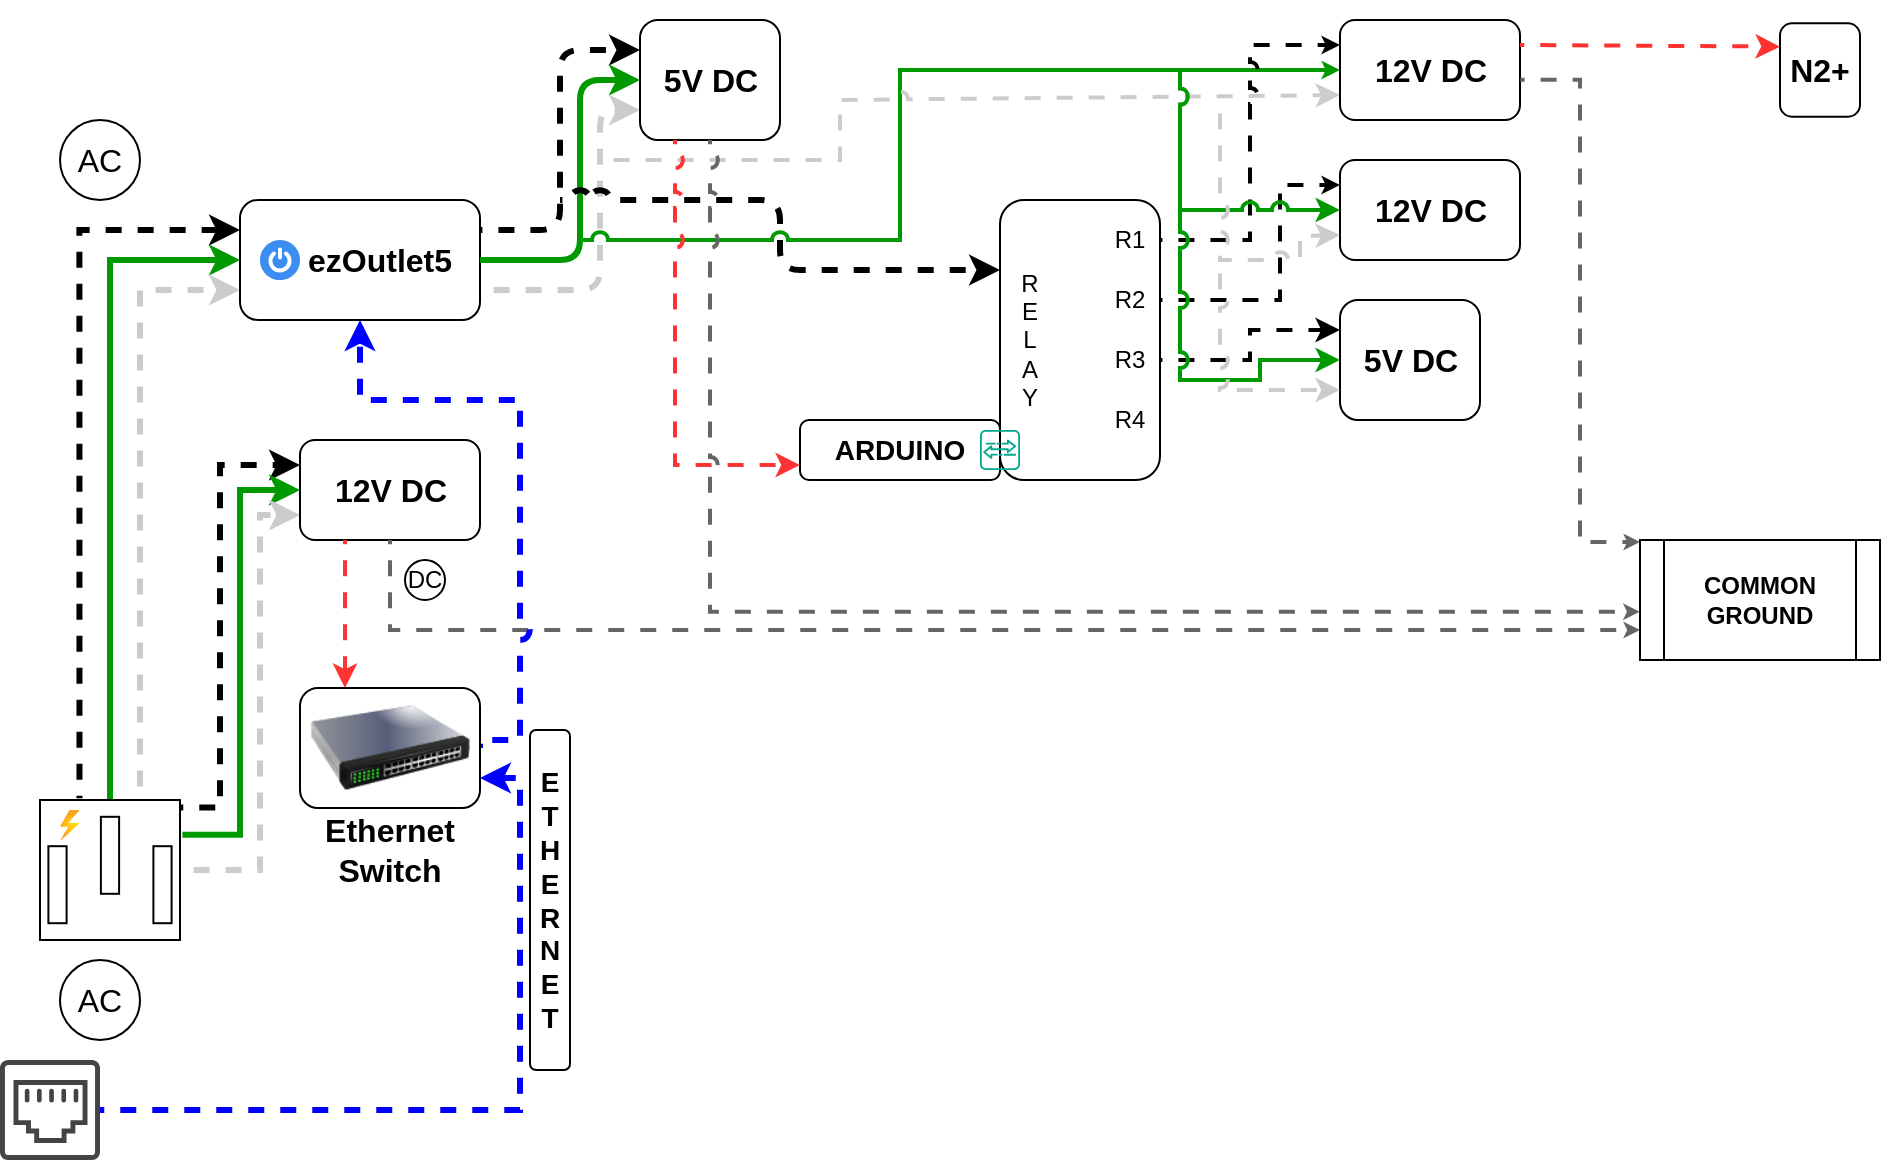
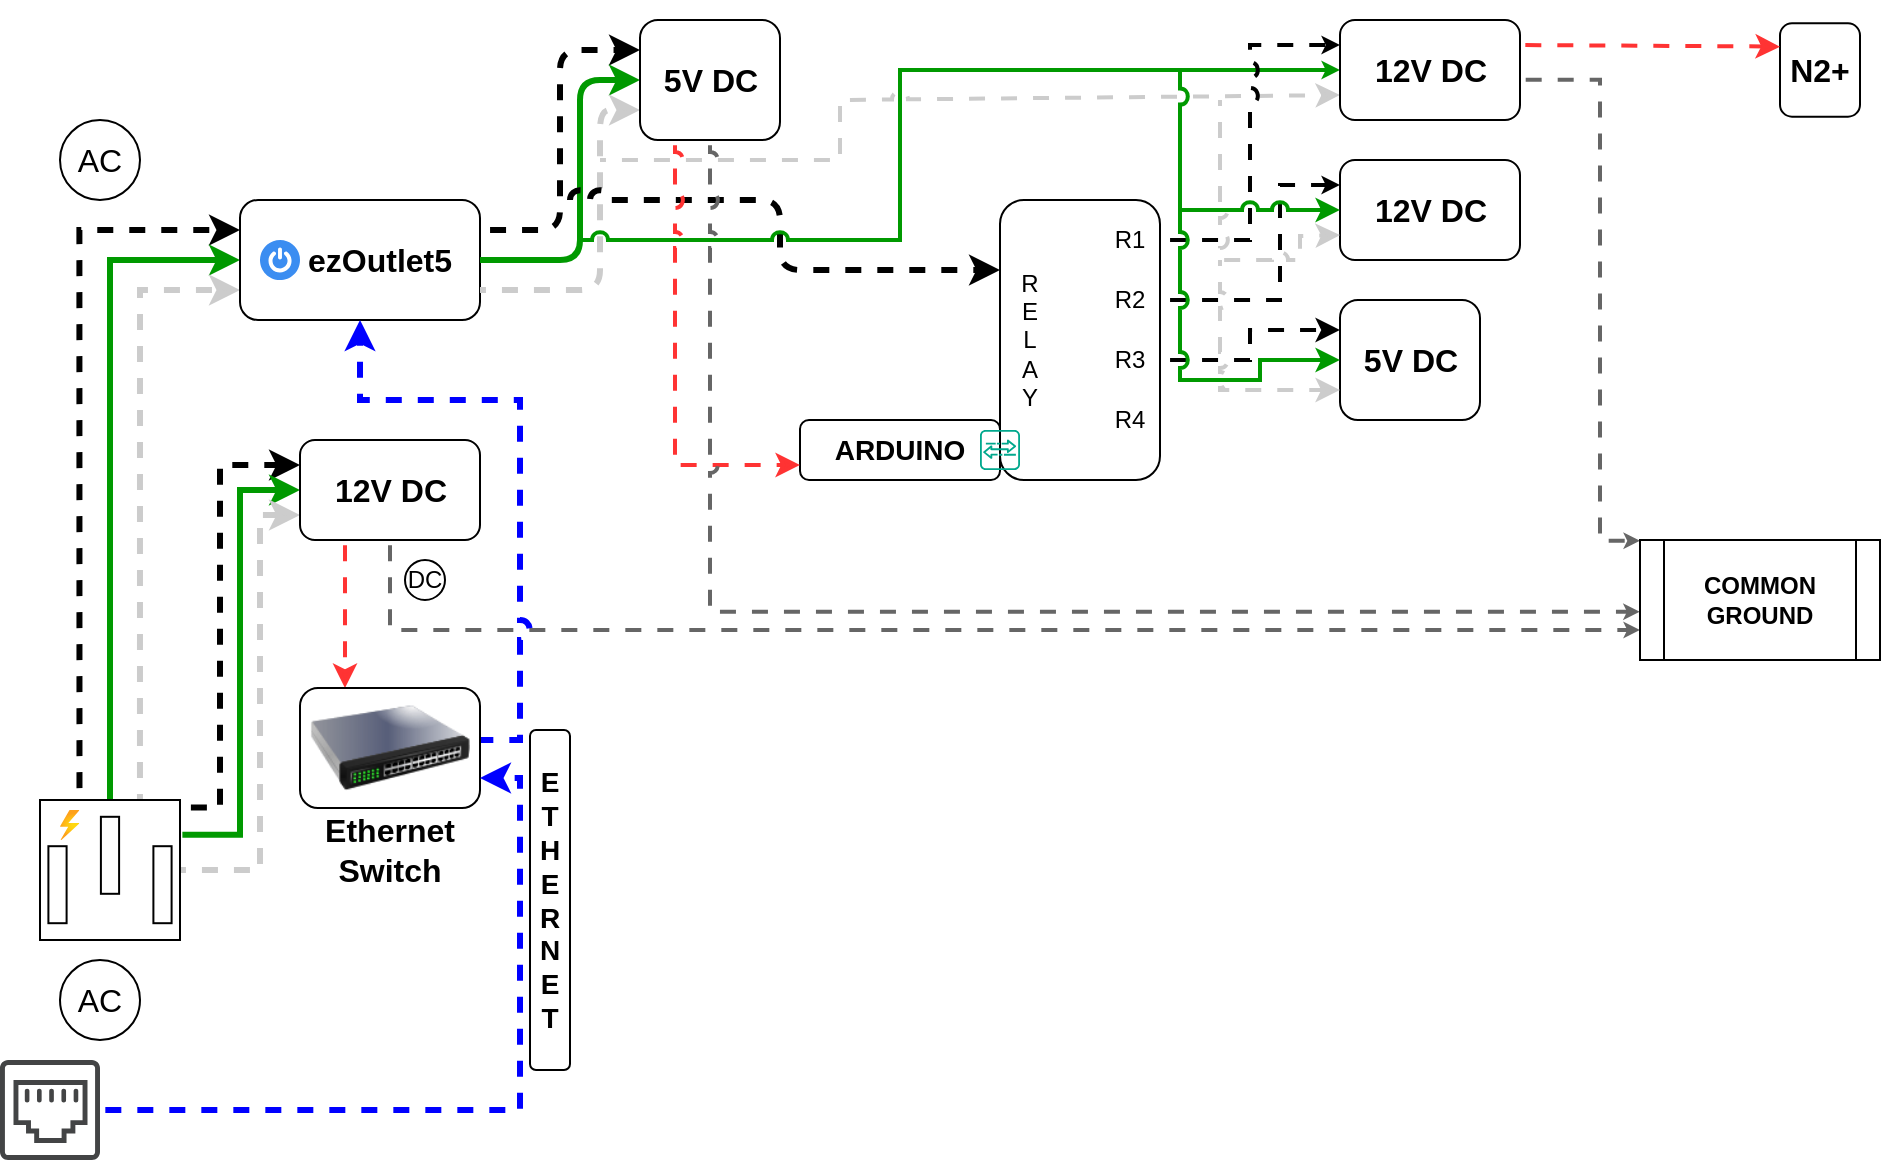
<mxfile host="app.diagrams.net" agent="Mozilla/5.0 (Windows NT 10.0; Win64; x64) AppleWebKit/537.36 (KHTML, like Gecko) Chrome/131.0.0.0 Safari/537.36 Edg/131.0.0.0" version="25.0.3">
  <diagram name="Page-1" id="VlRkN-xOVygPYa-iD9Ir">
    <mxGraphModel dx="1400" dy="877" grid="1" gridSize="10" guides="1" tooltips="1" connect="1" arrows="1" fold="1" page="1" pageScale="1" pageWidth="1600" pageHeight="900" background="none" math="0" shadow="0">
      <root>
        <mxCell id="0" />
        <mxCell id="1" parent="0" />
        <mxCell id="JVLtuT8sySUBbFbLTn6r-3" style="edgeStyle=orthogonalEdgeStyle;rounded=0;orthogonalLoop=1;jettySize=auto;html=1;entryX=0;entryY=0.25;entryDx=0;entryDy=0;exitX=0.282;exitY=-0.013;exitDx=0;exitDy=0;exitPerimeter=0;strokeWidth=3;flowAnimation=1;flowAnimationDirection=alternate;flowAnimationTimingFunction=ease-in-out;flowAnimationDuration=1500;jumpStyle=arc;" parent="1" source="pD8juBFKP1GN8B8eYQTb-1" target="pD8juBFKP1GN8B8eYQTb-3" edge="1">
          <mxGeometry relative="1" as="geometry" />
        </mxCell>
        <mxCell id="JVLtuT8sySUBbFbLTn6r-4" style="edgeStyle=orthogonalEdgeStyle;rounded=0;orthogonalLoop=1;jettySize=auto;html=1;exitX=0.5;exitY=0;exitDx=0;exitDy=0;exitPerimeter=0;entryX=0;entryY=0.5;entryDx=0;entryDy=0;strokeColor=#009900;strokeWidth=3;jumpStyle=arc;" parent="1" source="pD8juBFKP1GN8B8eYQTb-1" target="pD8juBFKP1GN8B8eYQTb-3" edge="1">
          <mxGeometry relative="1" as="geometry" />
        </mxCell>
        <mxCell id="JVLtuT8sySUBbFbLTn6r-5" style="edgeStyle=orthogonalEdgeStyle;rounded=0;orthogonalLoop=1;jettySize=auto;html=1;entryX=0;entryY=0.75;entryDx=0;entryDy=0;exitX=0.714;exitY=0;exitDx=0;exitDy=0;exitPerimeter=0;strokeWidth=3;strokeColor=#CCCCCC;flowAnimation=1;flowAnimationDirection=alternate-reverse;flowAnimationTimingFunction=ease-in-out;flowAnimationDuration=1500;jumpStyle=arc;" parent="1" source="pD8juBFKP1GN8B8eYQTb-1" target="pD8juBFKP1GN8B8eYQTb-3" edge="1">
          <mxGeometry relative="1" as="geometry">
            <mxPoint x="120" y="320" as="targetPoint" />
          </mxGeometry>
        </mxCell>
        <mxCell id="JVLtuT8sySUBbFbLTn6r-6" style="edgeStyle=orthogonalEdgeStyle;rounded=0;orthogonalLoop=1;jettySize=auto;html=1;entryX=0;entryY=0.25;entryDx=0;entryDy=0;exitX=1.006;exitY=0.054;exitDx=0;exitDy=0;exitPerimeter=0;strokeWidth=3;flowAnimation=1;flowAnimationDirection=alternate;flowAnimationTimingFunction=ease-in-out;flowAnimationDuration=1500;jumpStyle=arc;" parent="1" source="pD8juBFKP1GN8B8eYQTb-1" target="pD8juBFKP1GN8B8eYQTb-24" edge="1">
          <mxGeometry relative="1" as="geometry">
            <Array as="points">
              <mxPoint x="120" y="404" />
              <mxPoint x="120" y="233" />
            </Array>
          </mxGeometry>
        </mxCell>
        <mxCell id="JVLtuT8sySUBbFbLTn6r-7" style="edgeStyle=orthogonalEdgeStyle;rounded=0;orthogonalLoop=1;jettySize=auto;html=1;entryX=0;entryY=0.5;entryDx=0;entryDy=0;exitX=1.017;exitY=0.249;exitDx=0;exitDy=0;exitPerimeter=0;strokeWidth=3;strokeColor=#009900;jumpStyle=arc;" parent="1" source="pD8juBFKP1GN8B8eYQTb-1" target="pD8juBFKP1GN8B8eYQTb-24" edge="1">
          <mxGeometry relative="1" as="geometry" />
        </mxCell>
        <mxCell id="JVLtuT8sySUBbFbLTn6r-8" style="edgeStyle=orthogonalEdgeStyle;rounded=0;orthogonalLoop=1;jettySize=auto;html=1;entryX=0;entryY=0.75;entryDx=0;entryDy=0;strokeColor=#CCCCCC;strokeWidth=3;flowAnimation=1;flowAnimationDirection=alternate-reverse;flowAnimationTimingFunction=ease-in-out;flowAnimationDuration=1500;jumpStyle=arc;" parent="1" source="pD8juBFKP1GN8B8eYQTb-1" target="pD8juBFKP1GN8B8eYQTb-24" edge="1">
          <mxGeometry relative="1" as="geometry">
            <Array as="points">
              <mxPoint x="140" y="435" />
              <mxPoint x="140" y="258" />
            </Array>
          </mxGeometry>
        </mxCell>
        <mxCell id="JVLtuT8sySUBbFbLTn6r-1" value="" style="group" parent="1" vertex="1" connectable="0">
          <mxGeometry x="30" y="480" width="60" height="40" as="geometry" />
        </mxCell>
        <mxCell id="pD8juBFKP1GN8B8eYQTb-22" value="AC" style="text;html=1;align=center;verticalAlign=middle;whiteSpace=wrap;rounded=0;fontSize=16;" parent="JVLtuT8sySUBbFbLTn6r-1" vertex="1">
          <mxGeometry y="5" width="60" height="30" as="geometry" />
        </mxCell>
        <mxCell id="pD8juBFKP1GN8B8eYQTb-23" value="" style="ellipse;whiteSpace=wrap;html=1;fillColor=none;" parent="JVLtuT8sySUBbFbLTn6r-1" vertex="1">
          <mxGeometry x="10" width="40" height="40" as="geometry" />
        </mxCell>
        <mxCell id="JVLtuT8sySUBbFbLTn6r-2" value="" style="group" parent="1" vertex="1" connectable="0">
          <mxGeometry x="30" y="60" width="60" height="40" as="geometry" />
        </mxCell>
        <mxCell id="pD8juBFKP1GN8B8eYQTb-9" value="" style="ellipse;whiteSpace=wrap;html=1;fillColor=none;" parent="JVLtuT8sySUBbFbLTn6r-2" vertex="1">
          <mxGeometry x="10" width="40" height="40" as="geometry" />
        </mxCell>
        <mxCell id="pD8juBFKP1GN8B8eYQTb-11" value="AC" style="text;html=1;align=center;verticalAlign=middle;whiteSpace=wrap;rounded=0;fontSize=16;" parent="JVLtuT8sySUBbFbLTn6r-2" vertex="1">
          <mxGeometry y="5" width="60" height="30" as="geometry" />
        </mxCell>
        <mxCell id="JVLtuT8sySUBbFbLTn6r-9" value="" style="group" parent="1" vertex="1" connectable="0">
          <mxGeometry x="130" y="100" width="120" height="60" as="geometry" />
        </mxCell>
        <mxCell id="JVLtuT8sySUBbFbLTn6r-16" value="" style="group" parent="JVLtuT8sySUBbFbLTn6r-9" vertex="1" connectable="0">
          <mxGeometry width="120" height="60" as="geometry" />
        </mxCell>
        <mxCell id="pD8juBFKP1GN8B8eYQTb-3" value="" style="rounded=1;whiteSpace=wrap;html=1;" parent="JVLtuT8sySUBbFbLTn6r-16" vertex="1">
          <mxGeometry width="120" height="60" as="geometry" />
        </mxCell>
        <mxCell id="JVLtuT8sySUBbFbLTn6r-13" value="" style="sketch=0;html=1;aspect=fixed;strokeColor=none;shadow=0;fillColor=#3B8DF1;verticalAlign=top;labelPosition=center;verticalLabelPosition=bottom;shape=mxgraph.gcp2.a7_power" parent="JVLtuT8sySUBbFbLTn6r-16" vertex="1">
          <mxGeometry x="10" y="20" width="20" height="20" as="geometry" />
        </mxCell>
        <mxCell id="pD8juBFKP1GN8B8eYQTb-15" value="&lt;b&gt;ezOutlet5&lt;/b&gt;" style="text;html=1;align=center;verticalAlign=middle;whiteSpace=wrap;rounded=0;fontSize=16;" parent="JVLtuT8sySUBbFbLTn6r-16" vertex="1">
          <mxGeometry x="40" y="10" width="60" height="40" as="geometry" />
        </mxCell>
        <mxCell id="JVLtuT8sySUBbFbLTn6r-11" value="" style="group" parent="1" vertex="1" connectable="0">
          <mxGeometry x="160" y="220" width="90" height="50" as="geometry" />
        </mxCell>
        <mxCell id="JVLtuT8sySUBbFbLTn6r-72" value="" style="group" parent="JVLtuT8sySUBbFbLTn6r-11" vertex="1" connectable="0">
          <mxGeometry width="90" height="50" as="geometry" />
        </mxCell>
        <mxCell id="pD8juBFKP1GN8B8eYQTb-24" value="" style="rounded=1;whiteSpace=wrap;html=1;" parent="JVLtuT8sySUBbFbLTn6r-72" vertex="1">
          <mxGeometry width="90" height="50" as="geometry" />
        </mxCell>
        <mxCell id="JVLtuT8sySUBbFbLTn6r-10" value="&lt;font style=&quot;font-size: 16px;&quot;&gt;&lt;b&gt;12V DC&lt;/b&gt;&lt;/font&gt;" style="text;html=1;align=center;verticalAlign=middle;whiteSpace=wrap;rounded=0;" parent="JVLtuT8sySUBbFbLTn6r-72" vertex="1">
          <mxGeometry x="15.75" y="10" width="58.5" height="30" as="geometry" />
        </mxCell>
        <mxCell id="JVLtuT8sySUBbFbLTn6r-18" value="" style="group" parent="1" vertex="1" connectable="0">
          <mxGeometry x="30" y="400" width="70" height="70" as="geometry" />
        </mxCell>
        <mxCell id="pD8juBFKP1GN8B8eYQTb-1" value="" style="pointerEvents=1;verticalLabelPosition=bottom;shadow=0;dashed=0;align=center;html=1;verticalAlign=top;shape=mxgraph.electrical.miscellaneous.ac_out" parent="JVLtuT8sySUBbFbLTn6r-18" vertex="1">
          <mxGeometry width="70" height="70" as="geometry" />
        </mxCell>
        <mxCell id="JVLtuT8sySUBbFbLTn6r-12" value="" style="image;aspect=fixed;html=1;points=[];align=center;fontSize=12;image=img/lib/azure2/general/Power.svg;" parent="JVLtuT8sySUBbFbLTn6r-18" vertex="1">
          <mxGeometry x="10" y="5" width="9.72" height="15" as="geometry" />
        </mxCell>
        <mxCell id="JVLtuT8sySUBbFbLTn6r-23" style="edgeStyle=orthogonalEdgeStyle;rounded=0;orthogonalLoop=1;jettySize=auto;html=1;entryX=0.25;entryY=0;entryDx=0;entryDy=0;exitX=0.25;exitY=1;exitDx=0;exitDy=0;strokeColor=#FF3333;strokeWidth=2;flowAnimation=1;jumpStyle=arc;" parent="1" source="pD8juBFKP1GN8B8eYQTb-24" target="JVLtuT8sySUBbFbLTn6r-19" edge="1">
          <mxGeometry relative="1" as="geometry" />
        </mxCell>
        <mxCell id="JVLtuT8sySUBbFbLTn6r-28" value="" style="group" parent="1" vertex="1" connectable="0">
          <mxGeometry x="210" y="280" width="25" height="20" as="geometry" />
        </mxCell>
        <mxCell id="JVLtuT8sySUBbFbLTn6r-26" value="" style="ellipse;whiteSpace=wrap;html=1;aspect=fixed;" parent="JVLtuT8sySUBbFbLTn6r-28" vertex="1">
          <mxGeometry x="2.5" width="20" height="20" as="geometry" />
        </mxCell>
        <mxCell id="JVLtuT8sySUBbFbLTn6r-27" value="&lt;font&gt;DC&lt;/font&gt;" style="text;html=1;align=center;verticalAlign=middle;whiteSpace=wrap;rounded=0;" parent="JVLtuT8sySUBbFbLTn6r-28" vertex="1">
          <mxGeometry y="2.5" width="25" height="15" as="geometry" />
        </mxCell>
        <mxCell id="JVLtuT8sySUBbFbLTn6r-29" style="edgeStyle=orthogonalEdgeStyle;rounded=0;orthogonalLoop=1;jettySize=auto;html=1;exitX=0.5;exitY=1;exitDx=0;exitDy=0;strokeWidth=2;flowAnimation=1;strokeColor=#666666;jumpStyle=arc;entryX=0;entryY=0.75;entryDx=0;entryDy=0;endSize=2;" parent="1" source="pD8juBFKP1GN8B8eYQTb-24" target="0aRQkGjj-KWWZOeJOGup-9" edge="1">
          <mxGeometry relative="1" as="geometry">
            <mxPoint x="810" y="370" as="targetPoint" />
          </mxGeometry>
        </mxCell>
        <mxCell id="JVLtuT8sySUBbFbLTn6r-30" style="edgeStyle=orthogonalEdgeStyle;rounded=0;orthogonalLoop=1;jettySize=auto;html=1;exitX=1;exitY=0.5;exitDx=0;exitDy=0;entryX=0.5;entryY=1;entryDx=0;entryDy=0;strokeColor=#0000FF;strokeWidth=3;flowAnimation=1;jumpStyle=arc;" parent="1" source="JVLtuT8sySUBbFbLTn6r-19" target="pD8juBFKP1GN8B8eYQTb-3" edge="1">
          <mxGeometry relative="1" as="geometry">
            <Array as="points">
              <mxPoint x="270" y="370" />
              <mxPoint x="270" y="200" />
              <mxPoint x="190" y="200" />
            </Array>
          </mxGeometry>
        </mxCell>
        <mxCell id="JVLtuT8sySUBbFbLTn6r-33" value="" style="rounded=1;whiteSpace=wrap;html=1;" parent="1" vertex="1">
          <mxGeometry x="510" y="100" width="80" height="140" as="geometry" />
        </mxCell>
        <mxCell id="JVLtuT8sySUBbFbLTn6r-35" style="edgeStyle=orthogonalEdgeStyle;rounded=1;orthogonalLoop=1;jettySize=auto;html=1;exitX=1;exitY=0.25;exitDx=0;exitDy=0;entryX=0;entryY=0.25;entryDx=0;entryDy=0;curved=0;strokeWidth=3;flowAnimation=1;flowAnimationDirection=alternate;flowAnimationTimingFunction=ease-in-out;flowAnimationDuration=1500;jumpStyle=arc;" parent="1" source="pD8juBFKP1GN8B8eYQTb-3" target="JVLtuT8sySUBbFbLTn6r-34" edge="1">
          <mxGeometry relative="1" as="geometry" />
        </mxCell>
        <mxCell id="JVLtuT8sySUBbFbLTn6r-36" style="edgeStyle=orthogonalEdgeStyle;rounded=1;orthogonalLoop=1;jettySize=auto;html=1;exitX=1;exitY=0.5;exitDx=0;exitDy=0;entryX=0;entryY=0.5;entryDx=0;entryDy=0;curved=0;strokeWidth=3;strokeColor=#009900;jumpStyle=arc;" parent="1" source="pD8juBFKP1GN8B8eYQTb-3" target="JVLtuT8sySUBbFbLTn6r-34" edge="1">
          <mxGeometry relative="1" as="geometry">
            <Array as="points">
              <mxPoint x="300" y="130" />
              <mxPoint x="300" y="40" />
            </Array>
          </mxGeometry>
        </mxCell>
        <mxCell id="JVLtuT8sySUBbFbLTn6r-37" style="edgeStyle=orthogonalEdgeStyle;rounded=1;orthogonalLoop=1;jettySize=auto;html=1;exitX=1;exitY=0.75;exitDx=0;exitDy=0;entryX=0;entryY=0.75;entryDx=0;entryDy=0;curved=0;strokeColor=#CCCCCC;strokeWidth=3;flowAnimation=1;flowAnimationDirection=alternate-reverse;flowAnimationTimingFunction=ease-in-out;flowAnimationDuration=1500;jumpStyle=arc;" parent="1" source="pD8juBFKP1GN8B8eYQTb-3" target="JVLtuT8sySUBbFbLTn6r-34" edge="1">
          <mxGeometry relative="1" as="geometry">
            <Array as="points">
              <mxPoint x="310" y="145" />
              <mxPoint x="310" y="55" />
            </Array>
          </mxGeometry>
        </mxCell>
        <mxCell id="JVLtuT8sySUBbFbLTn6r-40" value="" style="endArrow=classic;html=1;rounded=1;curved=0;entryX=0;entryY=0.25;entryDx=0;entryDy=0;jumpStyle=arc;strokeWidth=3;flowAnimation=1;flowAnimationDirection=alternate;flowAnimationTimingFunction=ease-in-out;flowAnimationDuration=1500;" parent="1" target="JVLtuT8sySUBbFbLTn6r-33" edge="1">
          <mxGeometry width="50" height="50" relative="1" as="geometry">
            <mxPoint x="290" y="100" as="sourcePoint" />
            <mxPoint x="410" y="170" as="targetPoint" />
            <Array as="points">
              <mxPoint x="400" y="100" />
              <mxPoint x="400" y="135" />
            </Array>
          </mxGeometry>
        </mxCell>
        <mxCell id="JVLtuT8sySUBbFbLTn6r-51" value="" style="group" parent="1" vertex="1" connectable="0">
          <mxGeometry x="160" y="344" width="90" height="96" as="geometry" />
        </mxCell>
        <mxCell id="JVLtuT8sySUBbFbLTn6r-21" value="" style="group" parent="JVLtuT8sySUBbFbLTn6r-51" vertex="1" connectable="0">
          <mxGeometry width="90" height="70" as="geometry" />
        </mxCell>
        <mxCell id="JVLtuT8sySUBbFbLTn6r-50" value="" style="group" parent="JVLtuT8sySUBbFbLTn6r-21" vertex="1" connectable="0">
          <mxGeometry width="90" height="70" as="geometry" />
        </mxCell>
        <mxCell id="JVLtuT8sySUBbFbLTn6r-19" value="" style="rounded=1;whiteSpace=wrap;html=1;" parent="JVLtuT8sySUBbFbLTn6r-50" vertex="1">
          <mxGeometry width="90" height="60" as="geometry" />
        </mxCell>
        <mxCell id="JVLtuT8sySUBbFbLTn6r-49" value="" style="image;html=1;image=img/lib/clip_art/networking/Switch_128x128.png" parent="JVLtuT8sySUBbFbLTn6r-50" vertex="1">
          <mxGeometry x="5" y="-10" width="80" height="80" as="geometry" />
        </mxCell>
        <mxCell id="JVLtuT8sySUBbFbLTn6r-20" value="&lt;b&gt;&lt;font style=&quot;font-size: 16px;&quot;&gt;Ethernet&lt;/font&gt;&lt;/b&gt;&lt;div&gt;&lt;b&gt;&lt;font style=&quot;font-size: 16px;&quot;&gt;Switch&lt;/font&gt;&lt;/b&gt;&lt;/div&gt;" style="text;html=1;align=center;verticalAlign=middle;whiteSpace=wrap;rounded=0;" parent="JVLtuT8sySUBbFbLTn6r-51" vertex="1">
          <mxGeometry x="15" y="66" width="60" height="30" as="geometry" />
        </mxCell>
        <mxCell id="JVLtuT8sySUBbFbLTn6r-53" value="" style="group" parent="1" vertex="1" connectable="0">
          <mxGeometry x="330" y="10" width="70" height="60" as="geometry" />
        </mxCell>
        <mxCell id="JVLtuT8sySUBbFbLTn6r-71" value="" style="group" parent="JVLtuT8sySUBbFbLTn6r-53" vertex="1" connectable="0">
          <mxGeometry width="70" height="60" as="geometry" />
        </mxCell>
        <mxCell id="JVLtuT8sySUBbFbLTn6r-34" value="" style="rounded=1;whiteSpace=wrap;html=1;" parent="JVLtuT8sySUBbFbLTn6r-71" vertex="1">
          <mxGeometry width="70" height="60" as="geometry" />
        </mxCell>
        <mxCell id="JVLtuT8sySUBbFbLTn6r-52" value="&lt;font style=&quot;font-size: 16px;&quot;&gt;&lt;b&gt;5&lt;/b&gt;&lt;/font&gt;&lt;b style=&quot;font-size: 16px; background-color: initial;&quot;&gt;V DC&lt;/b&gt;" style="text;html=1;align=center;verticalAlign=middle;whiteSpace=wrap;rounded=0;" parent="JVLtuT8sySUBbFbLTn6r-71" vertex="1">
          <mxGeometry x="5.75" y="15" width="58.5" height="30" as="geometry" />
        </mxCell>
        <mxCell id="JVLtuT8sySUBbFbLTn6r-54" value="" style="endArrow=classic;html=1;rounded=0;entryX=0;entryY=0.5;entryDx=0;entryDy=0;jumpStyle=arc;strokeColor=#009900;strokeWidth=2;endSize=3;" parent="1" target="JVLtuT8sySUBbFbLTn6r-74" edge="1">
          <mxGeometry width="50" height="50" relative="1" as="geometry">
            <mxPoint x="300" y="120" as="sourcePoint" />
            <mxPoint x="350" y="80" as="targetPoint" />
            <Array as="points">
              <mxPoint x="460" y="120" />
              <mxPoint x="460" y="35" />
            </Array>
          </mxGeometry>
        </mxCell>
        <mxCell id="JVLtuT8sySUBbFbLTn6r-55" value="" style="endArrow=classic;html=1;rounded=0;entryX=0;entryY=0.75;entryDx=0;entryDy=0;strokeColor=#CCCCCC;strokeWidth=2;jumpStyle=arc;flowAnimation=1;flowAnimationDirection=alternate-reverse;flowAnimationTimingFunction=ease-in-out;flowAnimationDuration=1500;" parent="1" target="JVLtuT8sySUBbFbLTn6r-74" edge="1">
          <mxGeometry width="50" height="50" relative="1" as="geometry">
            <mxPoint x="310" y="80" as="sourcePoint" />
            <mxPoint x="350" y="140" as="targetPoint" />
            <Array as="points">
              <mxPoint x="430" y="80" />
              <mxPoint x="430" y="50" />
              <mxPoint x="520" y="50" />
            </Array>
          </mxGeometry>
        </mxCell>
        <mxCell id="JVLtuT8sySUBbFbLTn6r-56" value="R&lt;div&gt;E&lt;/div&gt;&lt;div&gt;L&lt;/div&gt;&lt;div&gt;A&lt;/div&gt;&lt;div&gt;Y&lt;/div&gt;" style="text;html=1;align=center;verticalAlign=middle;whiteSpace=wrap;rounded=0;" parent="1" vertex="1">
          <mxGeometry x="510" y="135" width="30" height="70" as="geometry" />
        </mxCell>
        <mxCell id="JVLtuT8sySUBbFbLTn6r-79" style="edgeStyle=orthogonalEdgeStyle;rounded=0;orthogonalLoop=1;jettySize=auto;html=1;exitX=1;exitY=0.5;exitDx=0;exitDy=0;entryX=0;entryY=0.25;entryDx=0;entryDy=0;strokeWidth=2;flowAnimation=1;flowAnimationDirection=alternate;flowAnimationTimingFunction=ease-in-out;flowAnimationDuration=1500;jumpStyle=arc;endSize=3;" parent="1" source="JVLtuT8sySUBbFbLTn6r-57" target="JVLtuT8sySUBbFbLTn6r-74" edge="1">
          <mxGeometry relative="1" as="geometry" />
        </mxCell>
        <mxCell id="JVLtuT8sySUBbFbLTn6r-57" value="R1" style="text;html=1;align=center;verticalAlign=middle;whiteSpace=wrap;rounded=0;" parent="1" vertex="1">
          <mxGeometry x="560" y="105" width="30" height="30" as="geometry" />
        </mxCell>
        <mxCell id="JVLtuT8sySUBbFbLTn6r-80" style="edgeStyle=orthogonalEdgeStyle;rounded=0;orthogonalLoop=1;jettySize=auto;html=1;exitX=1;exitY=0.5;exitDx=0;exitDy=0;entryX=0;entryY=0.25;entryDx=0;entryDy=0;strokeWidth=2;flowAnimation=1;flowAnimationDirection=alternate;flowAnimationTimingFunction=ease-in-out;flowAnimationDuration=1500;endSize=3;jumpStyle=arc;" parent="1" source="JVLtuT8sySUBbFbLTn6r-58" target="JVLtuT8sySUBbFbLTn6r-77" edge="1">
          <mxGeometry relative="1" as="geometry">
            <Array as="points">
              <mxPoint x="650" y="150" />
              <mxPoint x="650" y="93" />
            </Array>
          </mxGeometry>
        </mxCell>
        <mxCell id="JVLtuT8sySUBbFbLTn6r-58" value="R2" style="text;html=1;align=center;verticalAlign=middle;whiteSpace=wrap;rounded=0;" parent="1" vertex="1">
          <mxGeometry x="560" y="135" width="30" height="30" as="geometry" />
        </mxCell>
        <mxCell id="JVLtuT8sySUBbFbLTn6r-81" style="edgeStyle=orthogonalEdgeStyle;rounded=0;orthogonalLoop=1;jettySize=auto;html=1;exitX=1;exitY=0.5;exitDx=0;exitDy=0;entryX=0;entryY=0.25;entryDx=0;entryDy=0;strokeWidth=2;flowAnimation=1;flowAnimationDirection=alternate;flowAnimationTimingFunction=ease-in-out;flowAnimationDuration=1500;jumpStyle=arc;" parent="1" source="JVLtuT8sySUBbFbLTn6r-59" target="JVLtuT8sySUBbFbLTn6r-63" edge="1">
          <mxGeometry relative="1" as="geometry" />
        </mxCell>
        <mxCell id="JVLtuT8sySUBbFbLTn6r-59" value="R3" style="text;html=1;align=center;verticalAlign=middle;whiteSpace=wrap;rounded=0;" parent="1" vertex="1">
          <mxGeometry x="560" y="165" width="30" height="30" as="geometry" />
        </mxCell>
        <mxCell id="JVLtuT8sySUBbFbLTn6r-60" value="R4" style="text;html=1;align=center;verticalAlign=middle;whiteSpace=wrap;rounded=0;" parent="1" vertex="1">
          <mxGeometry x="560" y="195" width="30" height="30" as="geometry" />
        </mxCell>
        <mxCell id="JVLtuT8sySUBbFbLTn6r-67" value="" style="group" parent="1" vertex="1" connectable="0">
          <mxGeometry x="680" y="150" width="70" height="60" as="geometry" />
        </mxCell>
        <mxCell id="JVLtuT8sySUBbFbLTn6r-63" value="" style="rounded=1;whiteSpace=wrap;html=1;" parent="JVLtuT8sySUBbFbLTn6r-67" vertex="1">
          <mxGeometry width="70" height="60" as="geometry" />
        </mxCell>
        <mxCell id="JVLtuT8sySUBbFbLTn6r-62" value="" style="group" parent="JVLtuT8sySUBbFbLTn6r-67" vertex="1" connectable="0">
          <mxGeometry width="70" height="60" as="geometry" />
        </mxCell>
        <mxCell id="JVLtuT8sySUBbFbLTn6r-64" value="&lt;font style=&quot;font-size: 16px;&quot;&gt;&lt;b&gt;5&lt;/b&gt;&lt;/font&gt;&lt;b style=&quot;font-size: 16px; background-color: initial;&quot;&gt;V DC&lt;/b&gt;" style="text;html=1;align=center;verticalAlign=middle;whiteSpace=wrap;rounded=0;" parent="JVLtuT8sySUBbFbLTn6r-62" vertex="1">
          <mxGeometry x="5.75" y="15" width="58.5" height="30" as="geometry" />
        </mxCell>
        <mxCell id="JVLtuT8sySUBbFbLTn6r-73" value="" style="group" parent="1" vertex="1" connectable="0">
          <mxGeometry x="680" y="10" width="90" height="50" as="geometry" />
        </mxCell>
        <mxCell id="JVLtuT8sySUBbFbLTn6r-74" value="" style="rounded=1;whiteSpace=wrap;html=1;" parent="JVLtuT8sySUBbFbLTn6r-73" vertex="1">
          <mxGeometry width="90" height="50" as="geometry" />
        </mxCell>
        <mxCell id="JVLtuT8sySUBbFbLTn6r-75" value="&lt;font style=&quot;font-size: 16px;&quot;&gt;&lt;b&gt;12V DC&lt;/b&gt;&lt;/font&gt;" style="text;html=1;align=center;verticalAlign=middle;whiteSpace=wrap;rounded=0;" parent="JVLtuT8sySUBbFbLTn6r-73" vertex="1">
          <mxGeometry x="15.75" y="10" width="58.5" height="30" as="geometry" />
        </mxCell>
        <mxCell id="JVLtuT8sySUBbFbLTn6r-76" value="" style="group" parent="1" vertex="1" connectable="0">
          <mxGeometry x="680" y="80" width="90" height="50" as="geometry" />
        </mxCell>
        <mxCell id="JVLtuT8sySUBbFbLTn6r-77" value="" style="rounded=1;whiteSpace=wrap;html=1;" parent="JVLtuT8sySUBbFbLTn6r-76" vertex="1">
          <mxGeometry width="90" height="50" as="geometry" />
        </mxCell>
        <mxCell id="JVLtuT8sySUBbFbLTn6r-78" value="&lt;font style=&quot;font-size: 16px;&quot;&gt;&lt;b&gt;12V DC&lt;/b&gt;&lt;/font&gt;" style="text;html=1;align=center;verticalAlign=middle;whiteSpace=wrap;rounded=0;" parent="JVLtuT8sySUBbFbLTn6r-76" vertex="1">
          <mxGeometry x="15.75" y="10" width="58.5" height="30" as="geometry" />
        </mxCell>
        <mxCell id="JVLtuT8sySUBbFbLTn6r-82" value="" style="endArrow=classic;html=1;rounded=0;entryX=0;entryY=0.5;entryDx=0;entryDy=0;jumpStyle=arc;strokeColor=#009900;strokeWidth=2;" parent="1" target="JVLtuT8sySUBbFbLTn6r-77" edge="1">
          <mxGeometry width="50" height="50" relative="1" as="geometry">
            <mxPoint x="600" y="35" as="sourcePoint" />
            <mxPoint x="660" y="105" as="targetPoint" />
            <Array as="points">
              <mxPoint x="600" y="105" />
            </Array>
          </mxGeometry>
        </mxCell>
        <mxCell id="JVLtuT8sySUBbFbLTn6r-83" value="" style="endArrow=classic;html=1;rounded=0;entryX=0;entryY=0.75;entryDx=0;entryDy=0;strokeWidth=2;strokeColor=#CCCCCC;flowAnimation=1;flowAnimationTimingFunction=ease-in-out;flowAnimationDirection=alternate-reverse;jumpStyle=arc;flowAnimationDuration=1500;" parent="1" target="JVLtuT8sySUBbFbLTn6r-77" edge="1">
          <mxGeometry width="50" height="50" relative="1" as="geometry">
            <mxPoint x="620" y="50" as="sourcePoint" />
            <mxPoint x="480" y="40" as="targetPoint" />
            <Array as="points">
              <mxPoint x="620" y="130" />
              <mxPoint x="660" y="130" />
              <mxPoint x="660" y="118" />
            </Array>
          </mxGeometry>
        </mxCell>
        <mxCell id="JVLtuT8sySUBbFbLTn6r-88" value="" style="endArrow=classic;html=1;rounded=0;entryX=0;entryY=0.5;entryDx=0;entryDy=0;strokeColor=#009900;strokeWidth=2;jumpStyle=arc;" parent="1" target="JVLtuT8sySUBbFbLTn6r-63" edge="1">
          <mxGeometry width="50" height="50" relative="1" as="geometry">
            <mxPoint x="600" y="100" as="sourcePoint" />
            <mxPoint x="600" y="140" as="targetPoint" />
            <Array as="points">
              <mxPoint x="600" y="190" />
              <mxPoint x="640" y="190" />
              <mxPoint x="640" y="180" />
            </Array>
          </mxGeometry>
        </mxCell>
        <mxCell id="JVLtuT8sySUBbFbLTn6r-89" value="" style="endArrow=classic;html=1;rounded=0;entryX=0;entryY=0.75;entryDx=0;entryDy=0;strokeWidth=2;strokeColor=#CCCCCC;flowAnimation=1;jumpStyle=arc;flowAnimationTimingFunction=ease-in-out;flowAnimationDirection=alternate-reverse;flowAnimationDuration=1500;" parent="1" target="JVLtuT8sySUBbFbLTn6r-63" edge="1">
          <mxGeometry width="50" height="50" relative="1" as="geometry">
            <mxPoint x="620" y="130" as="sourcePoint" />
            <mxPoint x="600" y="100" as="targetPoint" />
            <Array as="points">
              <mxPoint x="620" y="195" />
            </Array>
          </mxGeometry>
        </mxCell>
        <mxCell id="JVLtuT8sySUBbFbLTn6r-90" value="&lt;b&gt;&lt;font style=&quot;font-size: 14px;&quot;&gt;ARDUINO&lt;/font&gt;&lt;/b&gt;" style="rounded=1;whiteSpace=wrap;html=1;" parent="1" vertex="1">
          <mxGeometry x="410" y="210" width="100" height="30" as="geometry" />
        </mxCell>
        <mxCell id="JVLtuT8sySUBbFbLTn6r-91" style="edgeStyle=orthogonalEdgeStyle;rounded=0;orthogonalLoop=1;jettySize=auto;html=1;exitX=0.25;exitY=1;exitDx=0;exitDy=0;entryX=0;entryY=0.75;entryDx=0;entryDy=0;strokeWidth=2;flowAnimation=1;strokeColor=#FF3333;jumpStyle=arc;" parent="1" source="JVLtuT8sySUBbFbLTn6r-34" target="JVLtuT8sySUBbFbLTn6r-90" edge="1">
          <mxGeometry relative="1" as="geometry" />
        </mxCell>
        <mxCell id="JVLtuT8sySUBbFbLTn6r-92" style="edgeStyle=orthogonalEdgeStyle;rounded=0;orthogonalLoop=1;jettySize=auto;html=1;exitX=0.5;exitY=1;exitDx=0;exitDy=0;entryX=-0.001;entryY=0.598;entryDx=0;entryDy=0;strokeWidth=2;flowAnimation=1;strokeColor=#666666;jumpStyle=arc;endSize=2;entryPerimeter=0;" parent="1" source="JVLtuT8sySUBbFbLTn6r-34" target="0aRQkGjj-KWWZOeJOGup-9" edge="1">
          <mxGeometry relative="1" as="geometry" />
        </mxCell>
        <mxCell id="JVLtuT8sySUBbFbLTn6r-93" value="" style="sketch=0;outlineConnect=0;fontColor=#232F3E;gradientColor=none;fillColor=#01A88D;strokeColor=none;dashed=0;verticalLabelPosition=bottom;verticalAlign=top;align=center;html=1;fontSize=12;fontStyle=0;aspect=fixed;shape=mxgraph.aws4.agent2;" parent="1" vertex="1">
          <mxGeometry x="500" y="215" width="20" height="20" as="geometry" />
        </mxCell>
        <mxCell id="0aRQkGjj-KWWZOeJOGup-1" value="" style="endArrow=classic;html=1;rounded=0;entryX=1;entryY=0.75;entryDx=0;entryDy=0;strokeWidth=3;strokeColor=#0000FF;flowAnimation=1;jumpStyle=arc;" edge="1" parent="1" source="0aRQkGjj-KWWZOeJOGup-3" target="JVLtuT8sySUBbFbLTn6r-19">
          <mxGeometry width="50" height="50" relative="1" as="geometry">
            <mxPoint x="40" y="560" as="sourcePoint" />
            <mxPoint x="560" y="420" as="targetPoint" />
            <Array as="points">
              <mxPoint x="270" y="555" />
              <mxPoint x="270" y="389" />
            </Array>
          </mxGeometry>
        </mxCell>
        <mxCell id="0aRQkGjj-KWWZOeJOGup-2" value="" style="group" vertex="1" connectable="0" parent="1">
          <mxGeometry x="270" y="365" width="30" height="170" as="geometry" />
        </mxCell>
        <mxCell id="JVLtuT8sySUBbFbLTn6r-31" value="" style="rounded=1;whiteSpace=wrap;html=1;" parent="0aRQkGjj-KWWZOeJOGup-2" vertex="1">
          <mxGeometry x="5" width="20" height="170" as="geometry" />
        </mxCell>
        <mxCell id="JVLtuT8sySUBbFbLTn6r-32" value="&lt;b&gt;&lt;font style=&quot;font-size: 14px;&quot;&gt;E&lt;/font&gt;&lt;/b&gt;&lt;div&gt;&lt;b&gt;&lt;font style=&quot;font-size: 14px;&quot;&gt;T&lt;/font&gt;&lt;/b&gt;&lt;/div&gt;&lt;div&gt;&lt;b&gt;&lt;font style=&quot;font-size: 14px;&quot;&gt;H&lt;/font&gt;&lt;/b&gt;&lt;/div&gt;&lt;div&gt;&lt;b&gt;&lt;font style=&quot;font-size: 14px;&quot;&gt;E&lt;/font&gt;&lt;/b&gt;&lt;/div&gt;&lt;div&gt;&lt;b&gt;&lt;font style=&quot;font-size: 14px;&quot;&gt;R&lt;/font&gt;&lt;/b&gt;&lt;/div&gt;&lt;div&gt;&lt;b&gt;&lt;font style=&quot;font-size: 14px;&quot;&gt;N&lt;/font&gt;&lt;/b&gt;&lt;/div&gt;&lt;div&gt;&lt;b&gt;&lt;font style=&quot;font-size: 14px;&quot;&gt;E&lt;/font&gt;&lt;/b&gt;&lt;/div&gt;&lt;div&gt;&lt;b&gt;&lt;font style=&quot;font-size: 14px;&quot;&gt;T&lt;/font&gt;&lt;/b&gt;&lt;/div&gt;" style="text;html=1;align=center;verticalAlign=middle;whiteSpace=wrap;rounded=0;" parent="0aRQkGjj-KWWZOeJOGup-2" vertex="1">
          <mxGeometry y="10" width="30" height="150" as="geometry" />
        </mxCell>
        <mxCell id="0aRQkGjj-KWWZOeJOGup-3" value="" style="sketch=0;pointerEvents=1;shadow=0;dashed=0;html=1;strokeColor=none;fillColor=#434445;aspect=fixed;labelPosition=center;verticalLabelPosition=bottom;verticalAlign=top;align=center;outlineConnect=0;shape=mxgraph.vvd.ethernet_port;" vertex="1" parent="1">
          <mxGeometry x="10" y="530" width="50" height="50" as="geometry" />
        </mxCell>
        <mxCell id="0aRQkGjj-KWWZOeJOGup-6" value="" style="group" vertex="1" connectable="0" parent="1">
          <mxGeometry x="890" width="60" height="70" as="geometry" />
        </mxCell>
        <mxCell id="0aRQkGjj-KWWZOeJOGup-4" value="" style="rounded=1;whiteSpace=wrap;html=1;" vertex="1" parent="0aRQkGjj-KWWZOeJOGup-6">
          <mxGeometry x="10" y="11.666666666666668" width="40" height="46.66666666666667" as="geometry" />
        </mxCell>
        <mxCell id="0aRQkGjj-KWWZOeJOGup-5" value="&lt;b&gt;&lt;font style=&quot;font-size: 16px;&quot;&gt;N2+&lt;/font&gt;&lt;/b&gt;" style="text;html=1;align=center;verticalAlign=middle;whiteSpace=wrap;rounded=0;" vertex="1" parent="0aRQkGjj-KWWZOeJOGup-6">
          <mxGeometry x="10" y="11.666666666666668" width="40" height="46.66666666666667" as="geometry" />
        </mxCell>
        <mxCell id="0aRQkGjj-KWWZOeJOGup-7" style="edgeStyle=orthogonalEdgeStyle;rounded=0;orthogonalLoop=1;jettySize=auto;html=1;exitX=1;exitY=0.25;exitDx=0;exitDy=0;entryX=0;entryY=0.25;entryDx=0;entryDy=0;strokeWidth=2;jumpStyle=arc;flowAnimation=1;strokeColor=#FF3333;" edge="1" parent="1" source="JVLtuT8sySUBbFbLTn6r-74" target="0aRQkGjj-KWWZOeJOGup-5">
          <mxGeometry relative="1" as="geometry" />
        </mxCell>
        <mxCell id="0aRQkGjj-KWWZOeJOGup-8" style="edgeStyle=orthogonalEdgeStyle;rounded=0;orthogonalLoop=1;jettySize=auto;html=1;exitX=1.002;exitY=0.598;exitDx=0;exitDy=0;entryX=0.002;entryY=0.319;entryDx=0;entryDy=0;entryPerimeter=0;strokeWidth=2;strokeColor=#666666;flowAnimation=1;jumpStyle=arc;endSize=2;exitPerimeter=0;" edge="1" parent="1" source="JVLtuT8sySUBbFbLTn6r-74">
          <mxGeometry relative="1" as="geometry">
            <mxPoint x="769.76" y="28.75" as="sourcePoint" />
            <mxPoint x="830" y="270.39000000000004" as="targetPoint" />
            <Array as="points">
-               <mxPoint x="800" y="40" />
-               <mxPoint x="800" y="271" />
-               <mxPoint x="830" y="271" />
+               <mxPoint x="810" y="40" />
+               <mxPoint x="810" y="271" />
            </Array>
          </mxGeometry>
        </mxCell>
        <mxCell id="0aRQkGjj-KWWZOeJOGup-11" value="" style="group" vertex="1" connectable="0" parent="1">
          <mxGeometry x="830" y="270" width="120" height="60" as="geometry" />
        </mxCell>
        <mxCell id="0aRQkGjj-KWWZOeJOGup-9" value="" style="shape=process;whiteSpace=wrap;html=1;backgroundOutline=1;" vertex="1" parent="0aRQkGjj-KWWZOeJOGup-11">
          <mxGeometry width="120" height="60" as="geometry" />
        </mxCell>
        <mxCell id="0aRQkGjj-KWWZOeJOGup-10" value="&lt;b&gt;COMMON&lt;/b&gt;&lt;div&gt;&lt;b&gt;GROUND&lt;/b&gt;&lt;/div&gt;" style="text;html=1;align=center;verticalAlign=middle;whiteSpace=wrap;rounded=0;" vertex="1" parent="0aRQkGjj-KWWZOeJOGup-11">
          <mxGeometry x="30" y="15" width="60" height="30" as="geometry" />
        </mxCell>
      </root>
    </mxGraphModel>
  </diagram>
</mxfile>
